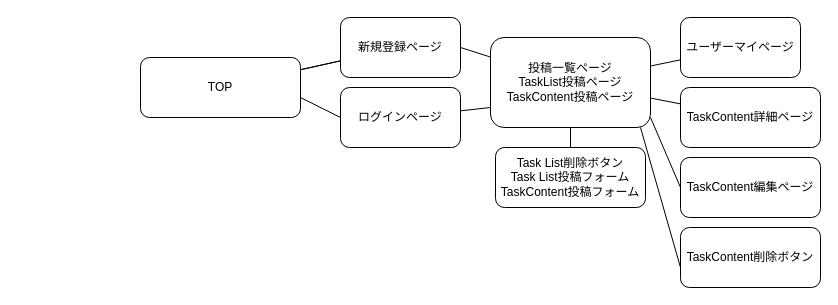
Above: page "ページ2" (2 of 2) of ER.dio in zskzsk92/sachi_plan (draw.io), before the change. Source tidied: cells renumbered, new cells numbered last; positions are measured from the earlier drawing's top-left corner, leaving out a move shared by most shapes. Both pictures are drawn from the tidied source at 100%, with x=0, y=0 at pixel (140, 17).
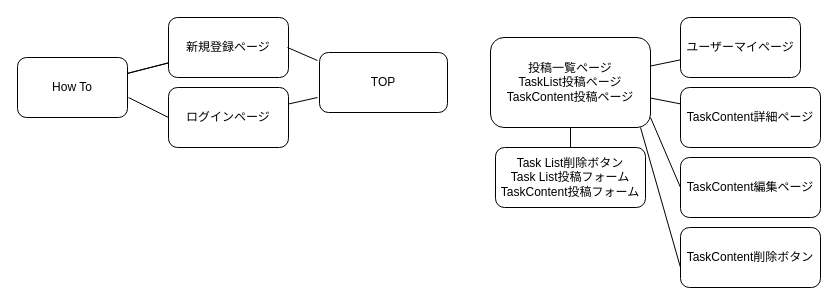
Above is the later version.

Unchanged cells that the change refers to:
```xml
<mxCell id="4" value="投稿一覧ページ&lt;br&gt;TaskList投稿ページ&lt;br&gt;TaskContent投稿ページ" style="rounded=1;whiteSpace=wrap;html=1;" parent="1" vertex="1">
  <mxGeometry x="350" y="20" width="160" height="90" as="geometry" />
</mxCell>
```

The edit, as a diff of the source:
```diff
@@
     <mxCell id="5" style="edgeStyle=none;html=1;startArrow=none;startFill=0;endArrow=none;endFill=0;" parent="1" edge="1" source="6">
       <mxGeometry relative="1" as="geometry">
-        <mxPoint x="350" y="90" as="targetPoint" />
+        <mxPoint x="177" y="80" as="targetPoint" />
       </mxGeometry>
     </mxCell>
     <mxCell id="6" value="ログインページ" style="rounded=1;whiteSpace=wrap;html=1;" parent="1" vertex="1">
-      <mxGeometry x="200" y="70" width="120" height="60" as="geometry" />
+      <mxGeometry x="28" y="70" width="120" height="60" as="geometry" />
     </mxCell>
     <mxCell id="7" value="新規登録ページ" style="rounded=1;whiteSpace=wrap;html=1;" parent="1" vertex="1">
-      <mxGeometry x="200" width="120" height="60" as="geometry" />
+      <mxGeometry x="28" width="120" height="60" as="geometry" />
     </mxCell>
@@
-    <mxCell id="13" value="TOP" style="rounded=1;whiteSpace=wrap;html=1;" parent="1" vertex="1">
-      <mxGeometry y="40" width="160" height="60" as="geometry" />
+    <mxCell id="13" value="How To" style="rounded=1;whiteSpace=wrap;html=1;" parent="1" vertex="1">
+      <mxGeometry x="-123" y="40" width="110" height="60" as="geometry" />
     </mxCell>
@@
     <mxCell id="18" style="edgeStyle=none;html=1;startArrow=none;startFill=0;endArrow=none;endFill=0;" parent="1" edge="1">
       <mxGeometry relative="1" as="geometry">
-        <mxPoint x="160" y="80" as="sourcePoint" />
-        <mxPoint x="200" y="100" as="targetPoint" />
+        <mxPoint x="-12" y="80" as="sourcePoint" />
+        <mxPoint x="28" y="100" as="targetPoint" />
       </mxGeometry>
     </mxCell>
-    <mxCell id="19" style="edgeStyle=none;html=1;startArrow=none;startFill=0;endArrow=none;endFill=0;" parent="1" edge="1" source="4">
+    <mxCell id="19" style="edgeStyle=none;html=1;startArrow=none;startFill=0;endArrow=none;endFill=0;exitX=-0.016;exitY=0.133;exitDx=0;exitDy=0;exitPerimeter=0;" parent="1" edge="1" source="21">
       <mxGeometry relative="1" as="geometry">
-        <mxPoint x="320" y="30" as="targetPoint" />
+        <mxPoint x="147" y="30" as="targetPoint" />
       </mxGeometry>
     </mxCell>
@@
+    <mxCell id="21" value="TOP" style="rounded=1;whiteSpace=wrap;html=1;" parent="1" vertex="1">
+      <mxGeometry x="179" y="35" width="128" height="60" as="geometry" />
+    </mxCell>
```
